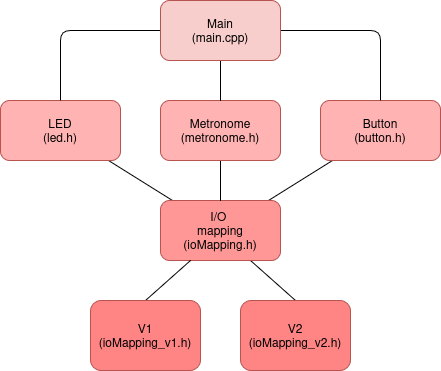
This is Digital_Metronome_Architecture.png from Guillermp/Digital-Metronome, a draw.io export, as it was before one commit. Source tidied: cells renumbered, new cells last; positions are measured from the earlier drawing's top-left corner, leaving out a move shared by most shapes. The source it was exported from:
```xml
<mxGraphModel>
  <root>
    <mxCell id="0" />
    <mxCell id="1" parent="0" />
    <mxCell id="2" style="edgeStyle=none;curved=1;rounded=0;jettySize=auto;html=1;fontSize=12;startSize=8;endSize=8;endArrow=none;endFill=0;" parent="1" edge="1" source="5" target="6">
      <mxGeometry relative="1" as="geometry" />
    </mxCell>
    <mxCell id="3" style="edgeStyle=none;curved=1;rounded=0;jettySize=auto;html=1;fontSize=12;startSize=8;endSize=8;endArrow=none;endFill=0;" parent="1" edge="1" source="5" target="7">
      <mxGeometry relative="1" as="geometry" />
    </mxCell>
    <mxCell id="4" style="edgeStyle=none;curved=1;rounded=0;jettySize=auto;html=1;exitX=0.75;exitY=1;exitDx=0;exitDy=0;entryX=0.5;entryY=0;entryDx=0;entryDy=0;fontSize=12;startSize=8;endSize=8;endArrow=none;endFill=0;" parent="1" edge="1" source="5" target="16">
      <mxGeometry relative="1" as="geometry" />
    </mxCell>
    <mxCell id="5" value="&lt;div&gt;I/O&amp;nbsp;&lt;/div&gt;&lt;div&gt;mapping&lt;/div&gt;&lt;div&gt;(ioMapping.h)&lt;/div&gt;" style="rounded=1;whiteSpace=wrap;html=1;fillColor=#FF9797;strokeColor=#b85450;" parent="1" vertex="1">
      <mxGeometry x="160" y="200" width="120" height="60" as="geometry" />
    </mxCell>
    <mxCell id="6" value="&lt;div&gt;LED&lt;/div&gt;&lt;div&gt;(led.h)&lt;/div&gt;" style="rounded=1;whiteSpace=wrap;html=1;fillColor=light-dark(#FFB3B3,#FFA3A3);strokeColor=#b85450;" parent="1" vertex="1">
      <mxGeometry y="100" width="120" height="60" as="geometry" />
    </mxCell>
    <mxCell id="7" value="&lt;div&gt;Button&lt;/div&gt;&lt;div&gt;(button.h)&lt;/div&gt;" style="rounded=1;whiteSpace=wrap;html=1;fillColor=#FFB3B3;strokeColor=#b85450;" parent="1" vertex="1">
      <mxGeometry x="320" y="100" width="120" height="60" as="geometry" />
    </mxCell>
    <mxCell id="8" style="edgeStyle=none;curved=1;rounded=0;jettySize=auto;html=1;exitX=0.5;exitY=1;exitDx=0;exitDy=0;entryX=0.5;entryY=0;entryDx=0;entryDy=0;fontSize=12;startSize=8;endSize=8;endArrow=none;endFill=0;" parent="1" edge="1" source="9" target="5">
      <mxGeometry relative="1" as="geometry" />
    </mxCell>
    <mxCell id="9" value="Metronome&lt;div&gt;(metronome.h)&lt;/div&gt;" style="rounded=1;whiteSpace=wrap;html=1;fillColor=#FFB3B3;strokeColor=#b85450;" parent="1" vertex="1">
      <mxGeometry x="160" y="100" width="120" height="60" as="geometry" />
    </mxCell>
    <mxCell id="10" style="edgeStyle=none;curved=1;rounded=0;jettySize=auto;html=1;exitX=0.5;exitY=0;exitDx=0;exitDy=0;entryX=0.25;entryY=1;entryDx=0;entryDy=0;fontSize=12;startSize=8;endSize=8;endArrow=none;endFill=0;" parent="1" edge="1" source="11" target="5">
      <mxGeometry relative="1" as="geometry" />
    </mxCell>
    <mxCell id="11" value="&lt;div&gt;V1&lt;/div&gt;(ioMapping_v1.h)" style="rounded=1;whiteSpace=wrap;html=1;fillColor=#FF8484;strokeColor=#b85450;" parent="1" vertex="1">
      <mxGeometry x="90" y="300" width="110" height="70" as="geometry" />
    </mxCell>
    <mxCell id="12" style="edgeStyle=none;curved=0;rounded=1;jettySize=auto;html=1;exitX=0;exitY=0.5;exitDx=0;exitDy=0;entryX=0.5;entryY=0;entryDx=0;entryDy=0;fontSize=12;startSize=8;endSize=8;endArrow=none;endFill=0;" parent="1" edge="1" source="15" target="6">
      <mxGeometry relative="1" as="geometry">
        <Array as="points">
          <mxPoint x="60" y="30" />
        </Array>
      </mxGeometry>
    </mxCell>
    <mxCell id="13" style="edgeStyle=none;curved=0;rounded=1;jettySize=auto;html=1;exitX=1;exitY=0.5;exitDx=0;exitDy=0;fontSize=12;startSize=8;endSize=8;entryX=0.5;entryY=0;entryDx=0;entryDy=0;endArrow=none;endFill=0;" parent="1" edge="1" source="15" target="7">
      <mxGeometry relative="1" as="geometry">
        <Array as="points">
          <mxPoint x="380" y="30" />
        </Array>
      </mxGeometry>
    </mxCell>
    <mxCell id="14" style="edgeStyle=none;curved=1;rounded=0;jettySize=auto;html=1;exitX=0.5;exitY=1;exitDx=0;exitDy=0;entryX=0.5;entryY=0;entryDx=0;entryDy=0;fontSize=12;startSize=8;endSize=8;endArrow=none;endFill=0;" parent="1" edge="1" source="15" target="9">
      <mxGeometry relative="1" as="geometry" />
    </mxCell>
    <mxCell id="15" value="&lt;div&gt;Main&lt;/div&gt;&lt;div&gt;(main.cpp)&lt;/div&gt;" style="rounded=1;whiteSpace=wrap;html=1;fillColor=#f8cecc;strokeColor=#b85450;" parent="1" vertex="1">
      <mxGeometry x="160" width="120" height="60" as="geometry" />
    </mxCell>
    <mxCell id="16" value="&lt;div&gt;V2&lt;/div&gt;(ioMapping_v2.h)" style="rounded=1;whiteSpace=wrap;html=1;fillColor=#FF8484;strokeColor=#b85450;" parent="1" vertex="1">
      <mxGeometry x="240" y="300" width="110" height="70" as="geometry" />
    </mxCell>
  </root>
</mxGraphModel>
```
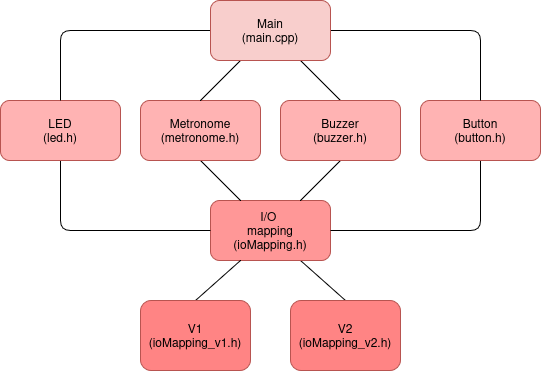
Later version of the same file.

Commit message:
updated the documentation with the new button and new picture to show the current architecture

The edit, as a diff of the source:
```diff
@@ -2,29 +2,37 @@
   <root>
     <mxCell id="0" />
     <mxCell id="1" parent="0" />
-    <mxCell id="2" style="edgeStyle=none;curved=1;rounded=0;jettySize=auto;html=1;fontSize=12;startSize=8;endSize=8;endArrow=none;endFill=0;" parent="1" edge="1" source="5" target="6">
-      <mxGeometry relative="1" as="geometry" />
-    </mxCell>
-    <mxCell id="3" style="edgeStyle=none;curved=1;rounded=0;jettySize=auto;html=1;fontSize=12;startSize=8;endSize=8;endArrow=none;endFill=0;" parent="1" edge="1" source="5" target="7">
-      <mxGeometry relative="1" as="geometry" />
-    </mxCell>
     <mxCell id="4" style="edgeStyle=none;curved=1;rounded=0;jettySize=auto;html=1;exitX=0.75;exitY=1;exitDx=0;exitDy=0;entryX=0.5;entryY=0;entryDx=0;entryDy=0;fontSize=12;startSize=8;endSize=8;endArrow=none;endFill=0;" parent="1" edge="1" source="5" target="16">
       <mxGeometry relative="1" as="geometry" />
     </mxCell>
     <mxCell id="5" value="&lt;div&gt;I/O&amp;nbsp;&lt;/div&gt;&lt;div&gt;mapping&lt;/div&gt;&lt;div&gt;(ioMapping.h)&lt;/div&gt;" style="rounded=1;whiteSpace=wrap;html=1;fillColor=#FF9797;strokeColor=#b85450;" parent="1" vertex="1">
       <mxGeometry x="160" y="200" width="120" height="60" as="geometry" />
     </mxCell>
+    <mxCell id="17" style="edgeStyle=none;curved=0;rounded=1;jettySize=auto;html=1;exitX=0.5;exitY=1;exitDx=0;exitDy=0;entryX=0;entryY=0.5;entryDx=0;entryDy=0;fontSize=12;startSize=8;endSize=8;endArrow=none;endFill=0;" parent="1" edge="1" source="6" target="5">
+      <mxGeometry relative="1" as="geometry">
+        <Array as="points">
+          <mxPoint x="10" y="230" />
+        </Array>
+      </mxGeometry>
+    </mxCell>
     <mxCell id="6" value="&lt;div&gt;LED&lt;/div&gt;&lt;div&gt;(led.h)&lt;/div&gt;" style="rounded=1;whiteSpace=wrap;html=1;fillColor=light-dark(#FFB3B3,#FFA3A3);strokeColor=#b85450;" parent="1" vertex="1">
-      <mxGeometry y="100" width="120" height="60" as="geometry" />
+      <mxGeometry x="-50" y="100" width="120" height="60" as="geometry" />
     </mxCell>
+    <mxCell id="18" style="edgeStyle=none;curved=0;rounded=1;jettySize=auto;html=1;exitX=0.5;exitY=1;exitDx=0;exitDy=0;entryX=1;entryY=0.5;entryDx=0;entryDy=0;fontSize=12;startSize=8;endSize=8;endArrow=none;endFill=0;" parent="1" edge="1" source="7" target="5">
+      <mxGeometry relative="1" as="geometry">
+        <Array as="points">
+          <mxPoint x="430" y="230" />
+        </Array>
+      </mxGeometry>
+    </mxCell>
     <mxCell id="7" value="&lt;div&gt;Button&lt;/div&gt;&lt;div&gt;(button.h)&lt;/div&gt;" style="rounded=1;whiteSpace=wrap;html=1;fillColor=#FFB3B3;strokeColor=#b85450;" parent="1" vertex="1">
-      <mxGeometry x="320" y="100" width="120" height="60" as="geometry" />
+      <mxGeometry x="370" y="100" width="120" height="60" as="geometry" />
     </mxCell>
-    <mxCell id="8" style="edgeStyle=none;curved=1;rounded=0;jettySize=auto;html=1;exitX=0.5;exitY=1;exitDx=0;exitDy=0;entryX=0.5;entryY=0;entryDx=0;entryDy=0;fontSize=12;startSize=8;endSize=8;endArrow=none;endFill=0;" parent="1" edge="1" source="9" target="5">
+    <mxCell id="8" style="edgeStyle=none;curved=1;rounded=0;jettySize=auto;html=1;exitX=0.5;exitY=1;exitDx=0;exitDy=0;entryX=0.25;entryY=0;entryDx=0;entryDy=0;fontSize=12;startSize=8;endSize=8;endArrow=none;endFill=0;" parent="1" edge="1" source="9" target="5">
       <mxGeometry relative="1" as="geometry" />
     </mxCell>
     <mxCell id="9" value="Metronome&lt;div&gt;(metronome.h)&lt;/div&gt;" style="rounded=1;whiteSpace=wrap;html=1;fillColor=#FFB3B3;strokeColor=#b85450;" parent="1" vertex="1">
-      <mxGeometry x="160" y="100" width="120" height="60" as="geometry" />
+      <mxGeometry x="90" y="100" width="120" height="60" as="geometry" />
     </mxCell>
     <mxCell id="10" style="edgeStyle=none;curved=1;rounded=0;jettySize=auto;html=1;exitX=0.5;exitY=0;exitDx=0;exitDy=0;entryX=0.25;entryY=1;entryDx=0;entryDy=0;fontSize=12;startSize=8;endSize=8;endArrow=none;endFill=0;" parent="1" edge="1" source="11" target="5">
       <mxGeometry relative="1" as="geometry" />
@@ -35,25 +43,34 @@
     <mxCell id="12" style="edgeStyle=none;curved=0;rounded=1;jettySize=auto;html=1;exitX=0;exitY=0.5;exitDx=0;exitDy=0;entryX=0.5;entryY=0;entryDx=0;entryDy=0;fontSize=12;startSize=8;endSize=8;endArrow=none;endFill=0;" parent="1" edge="1" source="15" target="6">
       <mxGeometry relative="1" as="geometry">
         <Array as="points">
-          <mxPoint x="60" y="30" />
+          <mxPoint x="10" y="30" />
         </Array>
       </mxGeometry>
     </mxCell>
     <mxCell id="13" style="edgeStyle=none;curved=0;rounded=1;jettySize=auto;html=1;exitX=1;exitY=0.5;exitDx=0;exitDy=0;fontSize=12;startSize=8;endSize=8;entryX=0.5;entryY=0;entryDx=0;entryDy=0;endArrow=none;endFill=0;" parent="1" edge="1" source="15" target="7">
       <mxGeometry relative="1" as="geometry">
         <Array as="points">
-          <mxPoint x="380" y="30" />
+          <mxPoint x="430" y="30" />
         </Array>
       </mxGeometry>
     </mxCell>
-    <mxCell id="14" style="edgeStyle=none;curved=1;rounded=0;jettySize=auto;html=1;exitX=0.5;exitY=1;exitDx=0;exitDy=0;entryX=0.5;entryY=0;entryDx=0;entryDy=0;fontSize=12;startSize=8;endSize=8;endArrow=none;endFill=0;" parent="1" edge="1" source="15" target="9">
+    <mxCell id="14" style="edgeStyle=none;curved=1;rounded=0;jettySize=auto;html=1;exitX=0.25;exitY=1;exitDx=0;exitDy=0;entryX=0.5;entryY=0;entryDx=0;entryDy=0;fontSize=12;startSize=8;endSize=8;endArrow=none;endFill=0;" parent="1" edge="1" source="15" target="9">
       <mxGeometry relative="1" as="geometry" />
     </mxCell>
+    <mxCell id="19" style="edgeStyle=none;curved=1;rounded=0;jettySize=auto;html=1;exitX=0.75;exitY=1;exitDx=0;exitDy=0;entryX=0.5;entryY=0;entryDx=0;entryDy=0;fontSize=12;startSize=8;endSize=8;endArrow=none;endFill=0;" parent="1" edge="1" source="15" target="21">
+      <mxGeometry relative="1" as="geometry" />
+    </mxCell>
     <mxCell id="15" value="&lt;div&gt;Main&lt;/div&gt;&lt;div&gt;(main.cpp)&lt;/div&gt;" style="rounded=1;whiteSpace=wrap;html=1;fillColor=#f8cecc;strokeColor=#b85450;" parent="1" vertex="1">
       <mxGeometry x="160" width="120" height="60" as="geometry" />
     </mxCell>
     <mxCell id="16" value="&lt;div&gt;V2&lt;/div&gt;(ioMapping_v2.h)" style="rounded=1;whiteSpace=wrap;html=1;fillColor=#FF8484;strokeColor=#b85450;" parent="1" vertex="1">
       <mxGeometry x="240" y="300" width="110" height="70" as="geometry" />
     </mxCell>
+    <mxCell id="20" style="edgeStyle=none;curved=1;rounded=0;jettySize=auto;html=1;exitX=0.5;exitY=1;exitDx=0;exitDy=0;entryX=0.75;entryY=0;entryDx=0;entryDy=0;fontSize=12;startSize=8;endSize=8;endArrow=none;endFill=0;" parent="1" edge="1" source="21" target="5">
+      <mxGeometry relative="1" as="geometry" />
+    </mxCell>
+    <mxCell id="21" value="Buzzer&lt;div&gt;(buzzer.h)&lt;/div&gt;" style="rounded=1;whiteSpace=wrap;html=1;fillColor=#FFB3B3;strokeColor=#b85450;" parent="1" vertex="1">
+      <mxGeometry x="230" y="100" width="120" height="60" as="geometry" />
+    </mxCell>
   </root>
 </mxGraphModel>
```
